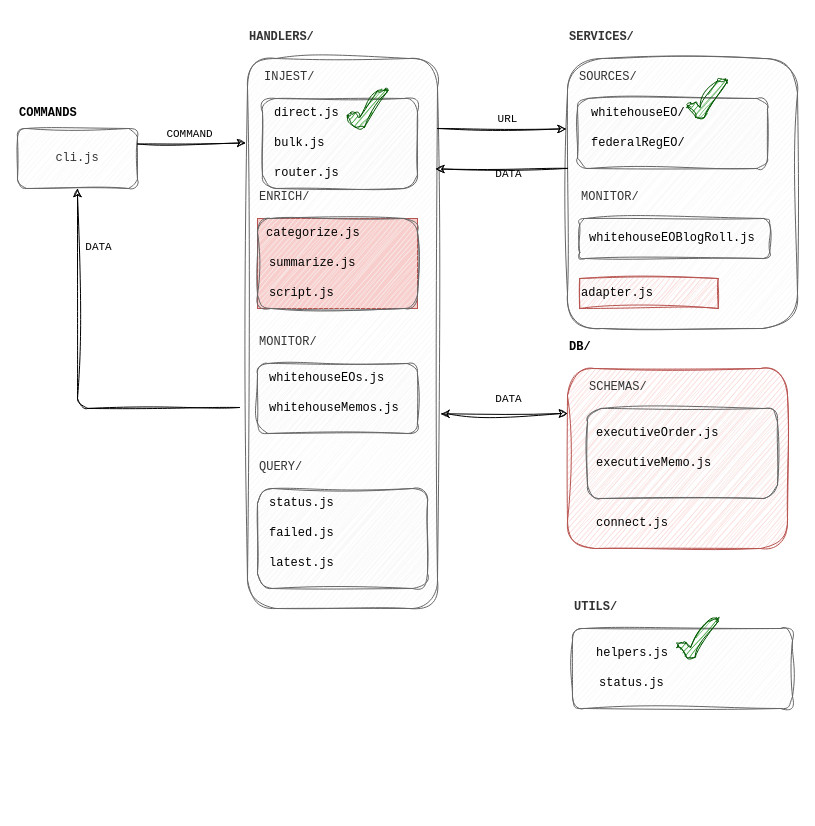
This is plan.drawio from brienjl/policy-scoop-cli, a draw.io file, before an edit. Source tidied: cells renumbered, new cells numbered last; positions are measured from the earlier drawing's top-left corner, leaving out a move shared by most shapes. Both pictures are drawn from the tidied source at 100%, with x=0, y=0 at pixel (17, 58).
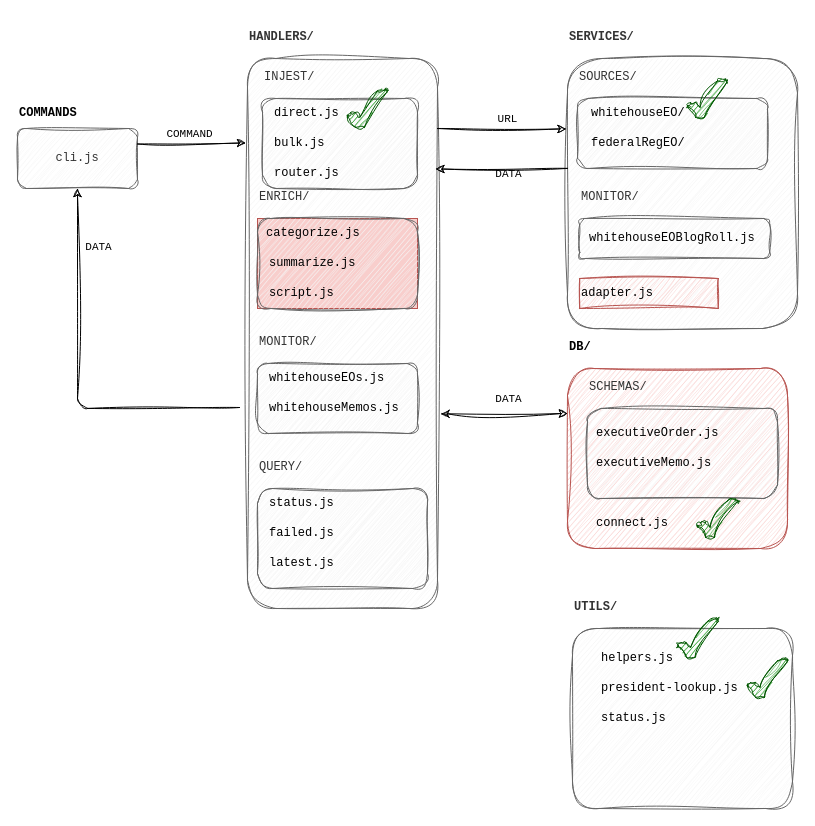
Above is the later version.

Commit message (it also covers changes not shown here):
implement tests on president-lookup util

The edit, as a diff of the source:
```diff
@@
     <mxCell id="37" value="&lt;pre&gt;&lt;b&gt;UTILS/&lt;/b&gt;&lt;/pre&gt;" style="rounded=1;whiteSpace=wrap;html=1;horizontal=1;labelPosition=center;verticalLabelPosition=top;align=left;verticalAlign=bottom;fillColor=#f5f5f5;strokeColor=#666666;fontColor=#333333;gradientColor=none;glass=0;sketch=1;curveFitting=1;jiggle=2;" parent="1" vertex="1">
-      <mxGeometry x="555" y="570" width="220" height="80" as="geometry" />
+      <mxGeometry x="555" y="570" width="220" height="180" as="geometry" />
     </mxCell>
     <mxCell id="38" value="&lt;pre&gt;helpers.js&lt;/pre&gt;" style="text;html=1;align=left;verticalAlign=middle;whiteSpace=wrap;rounded=0;" parent="1" vertex="1">
-      <mxGeometry x="577.2" y="580" width="160" height="30" as="geometry" />
+      <mxGeometry x="582.1" y="585" width="160" height="30" as="geometry" />
     </mxCell>
     <mxCell id="39" value="&lt;pre&gt;status.js&lt;/pre&gt;" style="text;html=1;align=left;verticalAlign=middle;whiteSpace=wrap;rounded=0;" parent="1" vertex="1">
-      <mxGeometry x="579.9" y="610" width="160" height="30" as="geometry" />
+      <mxGeometry x="582.1" y="645" width="160" height="30" as="geometry" />
     </mxCell>
@@
+    <mxCell id="51" style="verticalLabelPosition=bottom;verticalAlign=top;html=1;shape=mxgraph.basic.tick;fillColor=#008a00;strokeColor=#005700;sketch=1;curveFitting=1;jiggle=2;fontColor=#ffffff;" parent="1" vertex="1">
+      <mxGeometry x="680" y="440" width="40" height="40" as="geometry" />
+    </mxCell>
+    <mxCell id="52" value="&lt;pre&gt;president-lookup.js&lt;/pre&gt;" style="text;html=1;align=left;verticalAlign=middle;whiteSpace=wrap;rounded=0;" parent="1" vertex="1">
+      <mxGeometry x="582.1" y="615" width="160" height="30" as="geometry" />
+    </mxCell>
+    <mxCell id="53" style="verticalLabelPosition=bottom;verticalAlign=top;html=1;shape=mxgraph.basic.tick;fillColor=#008a00;strokeColor=#005700;sketch=1;curveFitting=1;jiggle=2;fontColor=#ffffff;" parent="1" vertex="1">
+      <mxGeometry x="730" y="600" width="40" height="40" as="geometry" />
+    </mxCell>
```
